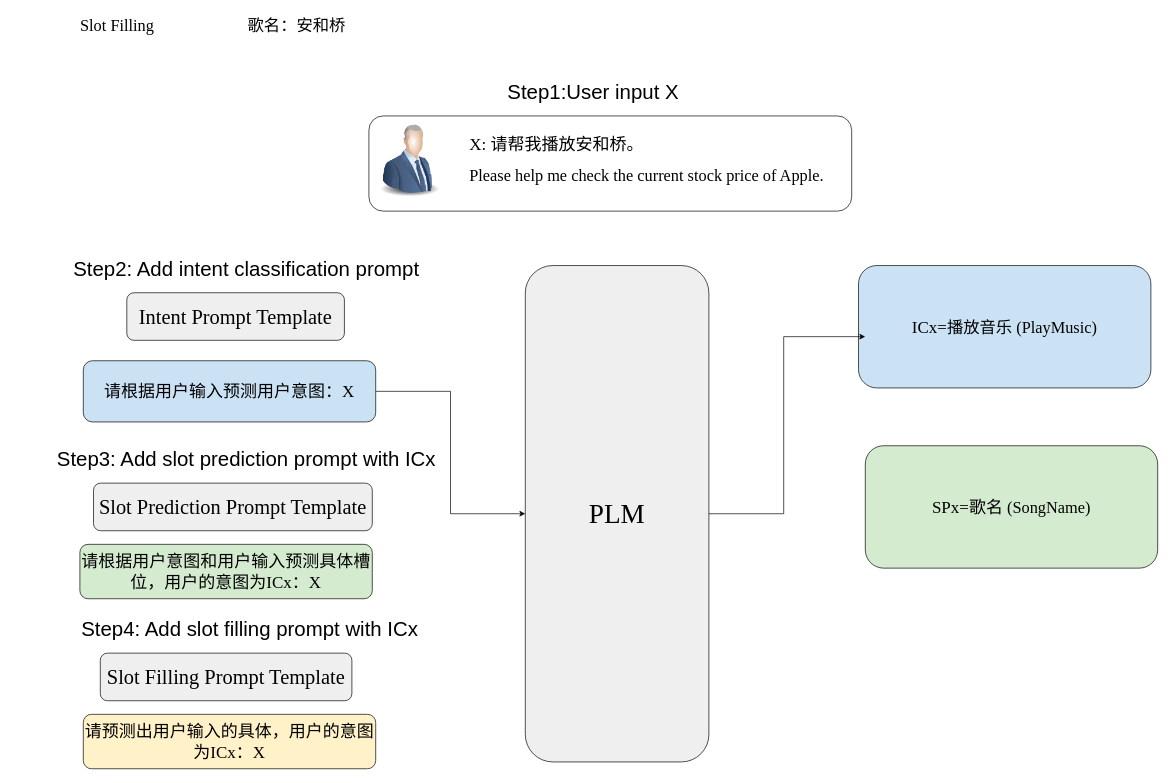
Earlier version of the draw.io diagram chinese_NLU/CpromptNLU.drawio (lengyueit/paper_pic). Source tidied: cells renumbered, new cells numbered last; positions are measured from the earlier drawing's top-left corner, leaving out a move shared by most shapes. Both pictures are drawn from the tidied source at 68%, with x=0, y=0 at pixel (12, 14).
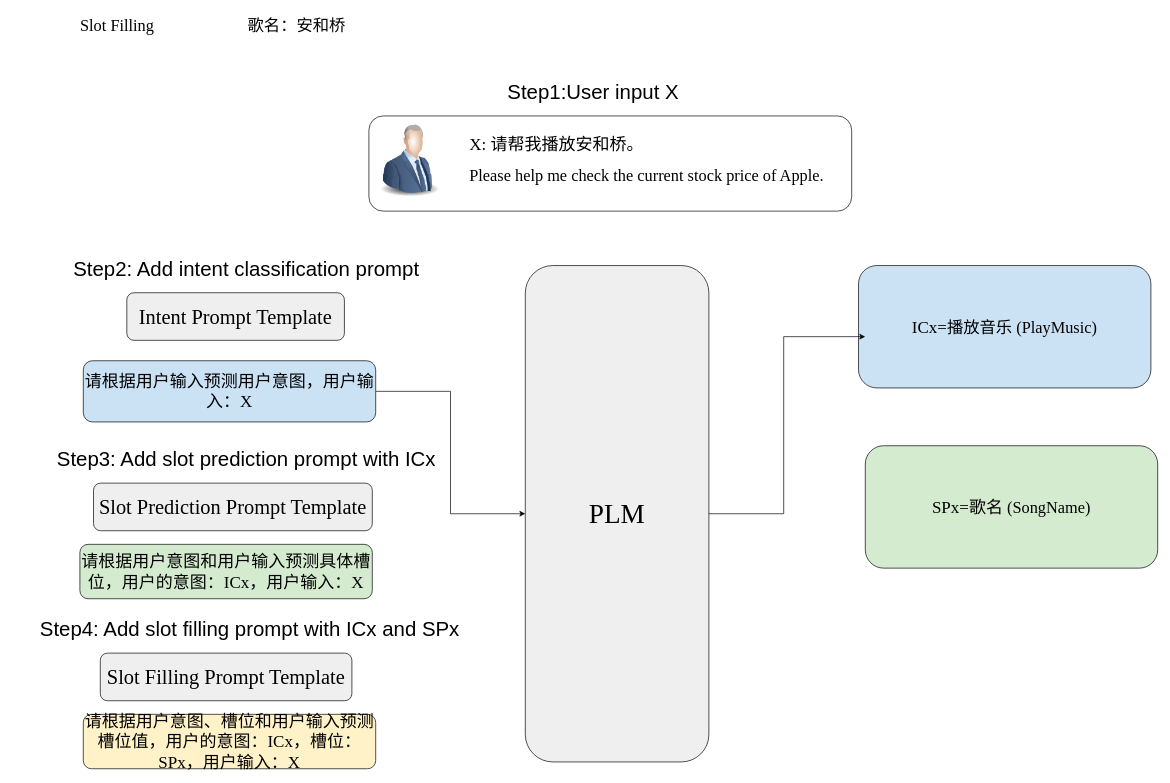
The same diagram, later.

Diff of the diagram source:
```diff
@@
-    <mxCell id="3" value="&lt;span style=&quot;font-family: &amp;quot;Times New Roman&amp;quot;; font-size: 25px; text-align: left;&quot;&gt;请根据用户输入预测用户意图：X&lt;/span&gt;" style="rounded=1;whiteSpace=wrap;html=1;fillColor=light-dark(#cbe2f5, #ededed);" parent="1" vertex="1">
+    <mxCell id="3" value="&lt;span style=&quot;font-family: &amp;quot;Times New Roman&amp;quot;; font-size: 25px; text-align: left;&quot;&gt;请根据用户输入预测用户意图，用户输入：X&lt;/span&gt;" style="rounded=1;whiteSpace=wrap;html=1;fillColor=light-dark(#cbe2f5, #ededed);" parent="1" vertex="1">
       <mxGeometry x="105" y="510" width="430" height="90" as="geometry" />
     </mxCell>
@@
-    <mxCell id="18" value="&lt;span style=&quot;font-family: &amp;quot;Times New Roman&amp;quot;; font-size: 25px; text-align: left;&quot;&gt;请根据用户意图和用户输入预测具体槽位，用户的意图为ICx：X&lt;/span&gt;" style="rounded=1;whiteSpace=wrap;html=1;fillColor=light-dark(#d5ebd0, #ededed);" parent="1" vertex="1">
+    <mxCell id="18" value="&lt;span style=&quot;font-family: &amp;quot;Times New Roman&amp;quot;; font-size: 25px; text-align: left;&quot;&gt;请根据用户意图和用户输入预测具体槽位，用户的意图：ICx，用户输入：X&lt;/span&gt;" style="rounded=1;whiteSpace=wrap;html=1;fillColor=light-dark(#d5ebd0, #ededed);" parent="1" vertex="1">
       <mxGeometry x="100" y="780" width="430" height="80" as="geometry" />
     </mxCell>
@@
-    <mxCell id="20" value="&lt;font style=&quot;font-size: 30px;&quot;&gt;Step4: Add slot filling prompt with ICx&lt;/font&gt;" style="text;html=1;align=center;verticalAlign=middle;whiteSpace=wrap;rounded=0;" parent="1" vertex="1">
+    <mxCell id="20" value="&lt;font style=&quot;font-size: 30px;&quot;&gt;Step4: Add slot filling prompt with ICx and SPx&lt;/font&gt;" style="text;html=1;align=center;verticalAlign=middle;whiteSpace=wrap;rounded=0;" parent="1" vertex="1">
       <mxGeometry x="5" y="890" width="690" height="30" as="geometry" />
     </mxCell>
-    <mxCell id="21" value="&lt;span style=&quot;font-family: &amp;quot;Times New Roman&amp;quot;; font-size: 25px; text-align: left;&quot;&gt;请预测出用户输入的具体，用户的意图为ICx：X&lt;/span&gt;" style="rounded=1;whiteSpace=wrap;html=1;fillColor=light-dark(#fff1c8, #ededed);" parent="1" vertex="1">
+    <mxCell id="21" value="&lt;span style=&quot;font-family: &amp;quot;Times New Roman&amp;quot;; font-size: 25px; text-align: left;&quot;&gt;请根据用户意图、槽位和用户输入预测槽位值，用户的意图：ICx，槽位：SPx，用户输入：X&lt;/span&gt;" style="rounded=1;whiteSpace=wrap;html=1;fillColor=light-dark(#fff1c8, #ededed);" parent="1" vertex="1">
       <mxGeometry x="105" y="1030" width="430" height="80" as="geometry" />
     </mxCell>
```
